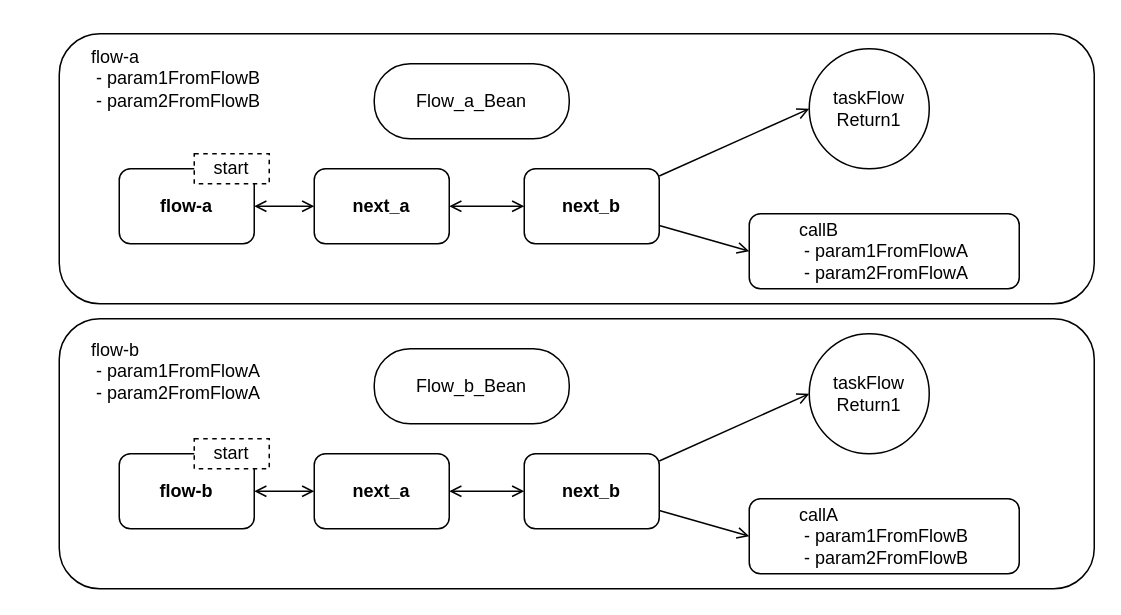
jakartaee/faces keeps this draw.io diagram as spec/src/main/asciidoc/images/flow.drawio. Above is the earlier version. Source tidied: cells renumbered, new cells numbered last; positions are measured from the earlier drawing's top-left corner, leaving out a move shared by most shapes. Both pictures are drawn from the tidied source at 150%, with x=0, y=0 at pixel (26, 26).
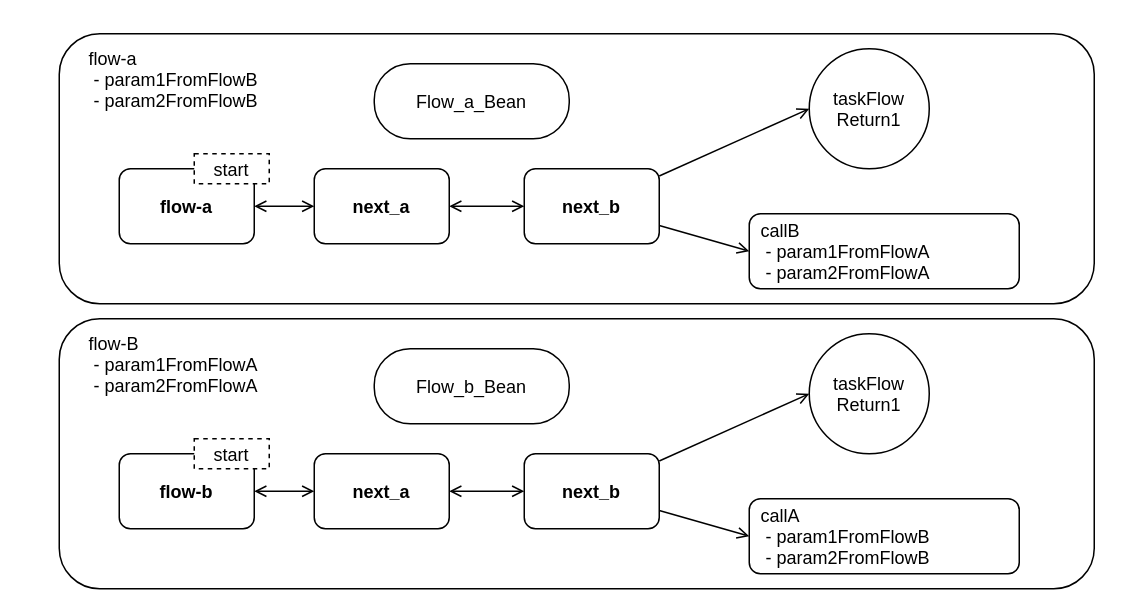
After the change.

Commit message (it also covers changes not shown here):
correct formating for SVG

Change to the diagram source:
```diff
@@
-    <mxCell id="2" style="rounded=1;whiteSpace=wrap;html=1;" parent="1" vertex="1">
+    <mxCell id="2" style="rounded=1;" parent="1" vertex="1">
       <mxGeometry x="22" y="5" width="690" height="180" as="geometry" />
     </mxCell>
-    <mxCell id="3" style="edgeStyle=none;rounded=0;jettySize=auto;html=1;startArrow=open;startFill=0;endArrow=open;endFill=0;" parent="1" edge="1" source="4" target="6">
+    <mxCell id="3" style="edgeStyle=none;rounded=0;jettySize=auto;startArrow=open;startFill=0;endArrow=open;endFill=0;" parent="1" edge="1" source="4" target="6">
       <mxGeometry relative="1" as="geometry" />
     </mxCell>
-    <mxCell id="4" value="flow-a" style="rounded=1;whiteSpace=wrap;html=1;fontStyle=1;" parent="1" vertex="1">
+    <mxCell id="4" value="flow-a" style="rounded=1;fontStyle=1;" parent="1" vertex="1">
       <mxGeometry x="62" y="95" width="90" height="50" as="geometry" />
     </mxCell>
-    <mxCell id="5" style="edgeStyle=none;rounded=0;jettySize=auto;html=1;endArrow=open;endFill=0;startArrow=open;startFill=0;" parent="1" edge="1" source="6" target="9">
+    <mxCell id="5" style="edgeStyle=none;rounded=0;jettySize=auto;endArrow=open;endFill=0;startArrow=open;startFill=0;" parent="1" edge="1" source="6" target="9">
       <mxGeometry relative="1" as="geometry" />
     </mxCell>
-    <mxCell id="6" value="next_a" style="rounded=1;whiteSpace=wrap;html=1;fontStyle=1;" parent="1" vertex="1">
+    <mxCell id="6" value="next_a" style="rounded=1;fontStyle=1;" parent="1" vertex="1">
       <mxGeometry x="192" y="95" width="90" height="50" as="geometry" />
     </mxCell>
-    <mxCell id="7" style="rounded=0;jettySize=auto;html=1;entryX=0;entryY=0.5;entryDx=0;entryDy=0;endArrow=open;endFill=0;" parent="1" edge="1" source="9" target="12">
+    <mxCell id="7" style="rounded=0;jettySize=auto;entryX=0;entryY=0.5;entryDx=0;entryDy=0;endArrow=open;endFill=0;" parent="1" edge="1" source="9" target="12">
       <mxGeometry relative="1" as="geometry" />
     </mxCell>
-    <mxCell id="8" style="edgeStyle=none;rounded=0;jettySize=auto;html=1;entryX=0;entryY=0.5;entryDx=0;entryDy=0;endArrow=open;endFill=0;" parent="1" edge="1" source="9" target="13">
+    <mxCell id="8" style="edgeStyle=none;rounded=0;jettySize=auto;entryX=0;entryY=0.5;entryDx=0;entryDy=0;endArrow=open;endFill=0;" parent="1" edge="1" source="9" target="13">
       <mxGeometry relative="1" as="geometry" />
     </mxCell>
-    <mxCell id="9" value="next_b" style="rounded=1;whiteSpace=wrap;html=1;fontStyle=1;" parent="1" vertex="1">
+    <mxCell id="9" value="next_b" style="rounded=1;fontStyle=1;" parent="1" vertex="1">
       <mxGeometry x="332" y="95" width="90" height="50" as="geometry" />
     </mxCell>
-    <mxCell id="10" value="Flow_a_Bean" style="rounded=1;whiteSpace=wrap;html=1;fontStyle=0;arcSize=48;" parent="1" vertex="1">
+    <mxCell id="10" value="Flow_a_Bean" style="rounded=1;fontStyle=0;arcSize=48;" parent="1" vertex="1">
       <mxGeometry x="232" y="25" width="130" height="50" as="geometry" />
     </mxCell>
-    <mxCell id="11" value="&lt;div&gt;&lt;div style=&quot;text-align: left&quot;&gt;flow-a&lt;/div&gt;&lt;/div&gt;&lt;span style=&quot;text-align: left&quot;&gt;&amp;nbsp;- param1FromFlowB&lt;/span&gt;&lt;br&gt;&lt;div&gt;&lt;div style=&quot;text-align: left&quot;&gt;&amp;nbsp;- param2FromFlowB&lt;/div&gt;&lt;/div&gt;" style="text;html=1;strokeColor=none;fillColor=none;align=center;verticalAlign=middle;whiteSpace=wrap;rounded=0;" parent="1" vertex="1">
-      <mxGeometry width="200" height="70" as="geometry" />
+    <mxCell id="11" value="flow-a&#10; - param1FromFlowB&#10; - param2FromFlowB" style="text;strokeColor=none;fillColor=none;align=left;verticalAlign=middle;rounded=0;" parent="1" vertex="1">
+      <mxGeometry x="40" width="200" height="70" as="geometry" />
     </mxCell>
-    <mxCell id="12" value="taskFlow&lt;br&gt;Return1" style="ellipse;whiteSpace=wrap;html=1;" parent="1" vertex="1">
+    <mxCell id="12" value="taskFlow&#10;Return1" style="ellipse;" parent="1" vertex="1">
       <mxGeometry x="522" y="15" width="80" height="80" as="geometry" />
     </mxCell>
-    <mxCell id="13" value="&lt;div&gt;&lt;div style=&quot;text-align: left&quot;&gt;&lt;/div&gt;&lt;/div&gt;&lt;span&gt;&lt;div style=&quot;text-align: left&quot;&gt;callB&lt;/div&gt;&lt;div style=&quot;text-align: left&quot;&gt;&amp;nbsp;- param1FromFlowA&lt;/div&gt;&lt;/span&gt;&lt;div&gt;&lt;div&gt;&lt;div style=&quot;text-align: left&quot;&gt;&amp;nbsp;- param2FromFlowA&lt;/div&gt;&lt;/div&gt;&lt;/div&gt;" style="rounded=1;whiteSpace=wrap;html=1;fontStyle=0;" parent="1" vertex="1">
+    <mxCell id="13" value="callB&#10; - param1FromFlowA&#10; - param2FromFlowA" style="rounded=1;fontStyle=0;align=left;spacing=8;" parent="1" vertex="1">
       <mxGeometry x="482" y="125" width="180" height="50" as="geometry" />
     </mxCell>
-    <mxCell id="14" value="start" style="rounded=0;whiteSpace=wrap;html=1;dashed=1;" parent="1" vertex="1">
+    <mxCell id="14" value="start" style="rounded=0;dashed=1;" parent="1" vertex="1">
       <mxGeometry x="112" y="85" width="50" height="20" as="geometry" />
     </mxCell>
-    <mxCell id="15" style="rounded=1;whiteSpace=wrap;html=1;" parent="1" vertex="1">
+    <mxCell id="15" style="rounded=1;" parent="1" vertex="1">
       <mxGeometry x="22" y="195" width="690" height="180" as="geometry" />
     </mxCell>
-    <mxCell id="16" style="edgeStyle=none;rounded=0;jettySize=auto;html=1;startArrow=open;startFill=0;endArrow=open;endFill=0;" parent="1" edge="1" source="17" target="19">
+    <mxCell id="16" style="edgeStyle=none;rounded=0;jettySize=auto;startArrow=open;startFill=0;endArrow=open;endFill=0;" parent="1" edge="1" source="17" target="19">
       <mxGeometry relative="1" as="geometry" />
     </mxCell>
-    <mxCell id="17" value="flow-b" style="rounded=1;whiteSpace=wrap;html=1;fontStyle=1;" parent="1" vertex="1">
+    <mxCell id="17" value="flow-b" style="rounded=1;fontStyle=1;" parent="1" vertex="1">
       <mxGeometry x="62" y="285" width="90" height="50" as="geometry" />
     </mxCell>
-    <mxCell id="18" style="edgeStyle=none;rounded=0;jettySize=auto;html=1;endArrow=open;endFill=0;startArrow=open;startFill=0;" parent="1" edge="1" source="19" target="22">
+    <mxCell id="18" style="edgeStyle=none;rounded=0;jettySize=auto;endArrow=open;endFill=0;startArrow=open;startFill=0;" parent="1" edge="1" source="19" target="22">
       <mxGeometry relative="1" as="geometry" />
     </mxCell>
-    <mxCell id="19" value="next_a" style="rounded=1;whiteSpace=wrap;html=1;fontStyle=1;" parent="1" vertex="1">
+    <mxCell id="19" value="next_a" style="rounded=1;fontStyle=1;" parent="1" vertex="1">
       <mxGeometry x="192" y="285" width="90" height="50" as="geometry" />
     </mxCell>
-    <mxCell id="20" style="rounded=0;jettySize=auto;html=1;entryX=0;entryY=0.5;entryDx=0;entryDy=0;endArrow=open;endFill=0;" parent="1" edge="1" source="22" target="24">
+    <mxCell id="20" style="rounded=0;jettySize=auto;entryX=0;entryY=0.5;entryDx=0;entryDy=0;endArrow=open;endFill=0;" parent="1" edge="1" source="22" target="24">
       <mxGeometry relative="1" as="geometry" />
     </mxCell>
-    <mxCell id="21" style="edgeStyle=none;rounded=0;jettySize=auto;html=1;entryX=0;entryY=0.5;entryDx=0;entryDy=0;endArrow=open;endFill=0;" parent="1" edge="1" source="22" target="25">
+    <mxCell id="21" style="edgeStyle=none;rounded=0;jettySize=auto;entryX=0;entryY=0.5;entryDx=0;entryDy=0;endArrow=open;endFill=0;" parent="1" edge="1" source="22" target="25">
       <mxGeometry relative="1" as="geometry" />
     </mxCell>
-    <mxCell id="22" value="next_b" style="rounded=1;whiteSpace=wrap;html=1;fontStyle=1;" parent="1" vertex="1">
+    <mxCell id="22" value="next_b" style="rounded=1;fontStyle=1;" parent="1" vertex="1">
       <mxGeometry x="332" y="285" width="90" height="50" as="geometry" />
     </mxCell>
-    <mxCell id="23" value="Flow_b_Bean" style="rounded=1;whiteSpace=wrap;html=1;fontStyle=0;arcSize=48;" parent="1" vertex="1">
+    <mxCell id="23" value="Flow_b_Bean" style="rounded=1;fontStyle=0;arcSize=48;" parent="1" vertex="1">
       <mxGeometry x="232" y="215" width="130" height="50" as="geometry" />
     </mxCell>
-    <mxCell id="24" value="taskFlow&lt;br&gt;Return1" style="ellipse;whiteSpace=wrap;html=1;" parent="1" vertex="1">
+    <mxCell id="24" value="taskFlow&#10;Return1" style="ellipse;" parent="1" vertex="1">
       <mxGeometry x="522" y="205" width="80" height="80" as="geometry" />
     </mxCell>
-    <mxCell id="25" value="&lt;div&gt;&lt;div style=&quot;text-align: left&quot;&gt;&lt;/div&gt;&lt;/div&gt;&lt;span&gt;&lt;div style=&quot;text-align: left&quot;&gt;callA&lt;/div&gt;&lt;div style=&quot;text-align: left&quot;&gt;&amp;nbsp;- param1FromFlowB&lt;/div&gt;&lt;/span&gt;&lt;div&gt;&lt;div&gt;&lt;div style=&quot;text-align: left&quot;&gt;&amp;nbsp;- param2FromFlowB&lt;/div&gt;&lt;/div&gt;&lt;/div&gt;" style="rounded=1;whiteSpace=wrap;html=1;fontStyle=0;" parent="1" vertex="1">
+    <mxCell id="25" value="callA&#10; - param1FromFlowB&#10; - param2FromFlowB" style="rounded=1;fontStyle=0;align=left;spacing=8;" parent="1" vertex="1">
       <mxGeometry x="482" y="315" width="180" height="50" as="geometry" />
     </mxCell>
-    <mxCell id="26" value="start" style="rounded=0;whiteSpace=wrap;html=1;dashed=1;" parent="1" vertex="1">
+    <mxCell id="26" value="start" style="rounded=0;dashed=1;" parent="1" vertex="1">
       <mxGeometry x="112" y="275" width="50" height="20" as="geometry" />
     </mxCell>
-    <mxCell id="27" value="&lt;div&gt;&lt;div style=&quot;text-align: left&quot;&gt;flow-b&lt;/div&gt;&lt;/div&gt;&lt;span style=&quot;text-align: left&quot;&gt;&amp;nbsp;- param1FromFlowA&lt;/span&gt;&lt;br&gt;&lt;div&gt;&lt;div style=&quot;text-align: left&quot;&gt;&amp;nbsp;- param2FromFlowA&lt;/div&gt;&lt;/div&gt;" style="text;html=1;strokeColor=none;fillColor=none;align=center;verticalAlign=middle;whiteSpace=wrap;rounded=0;" parent="1" vertex="1">
-      <mxGeometry y="195" width="200" height="70" as="geometry" />
-    </mxCell>
+    <mxCell id="28" value="flow-B&#10; - param1FromFlowA&#10; - param2FromFlowA" style="text;strokeColor=none;fillColor=none;align=left;verticalAlign=middle;rounded=0;" parent="1" vertex="1">
+      <mxGeometry x="40" y="190" width="200" height="70" as="geometry" />
+    </mxCell>
```
